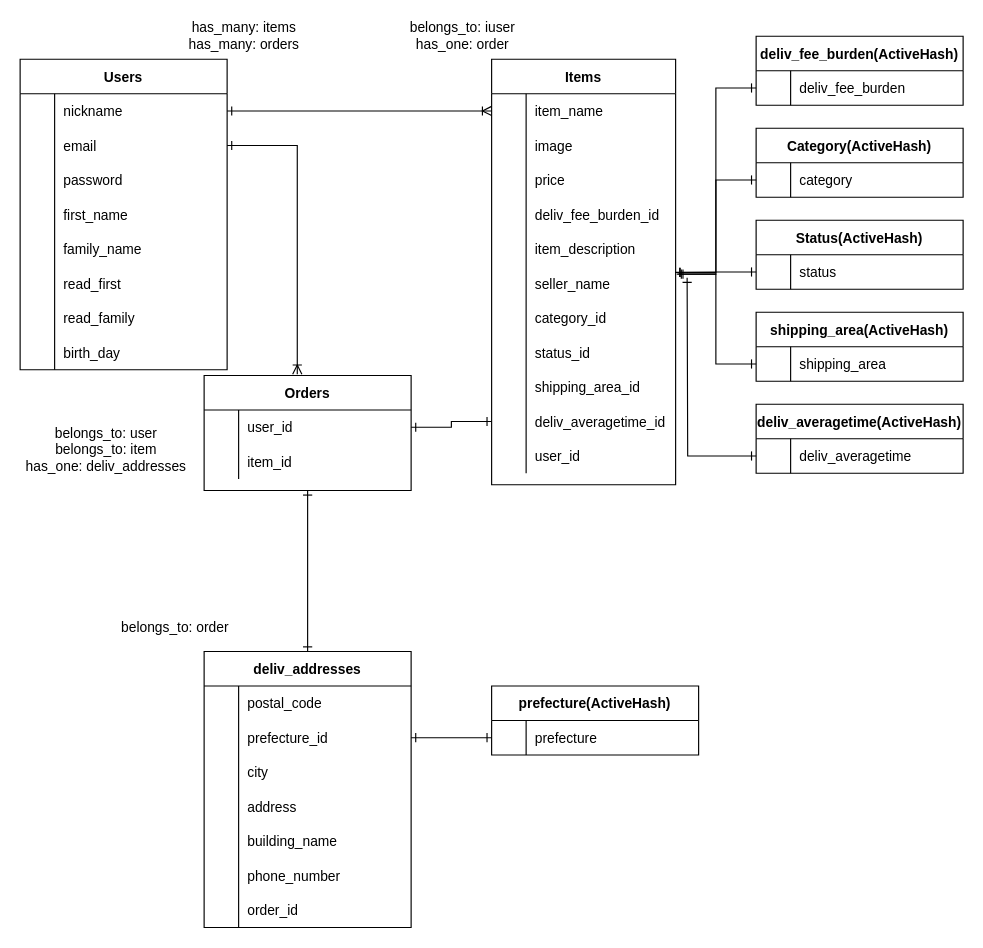
Earlier version of the draw.io diagram ER.dio (kajihirocpa/furima-34700). Source tidied: cells renumbered, new cells numbered last; positions are measured from the earlier drawing's top-left corner, leaving out a move shared by most shapes. Both pictures are drawn from the tidied source at 115%, with x=0, y=0 at pixel (20, 24).
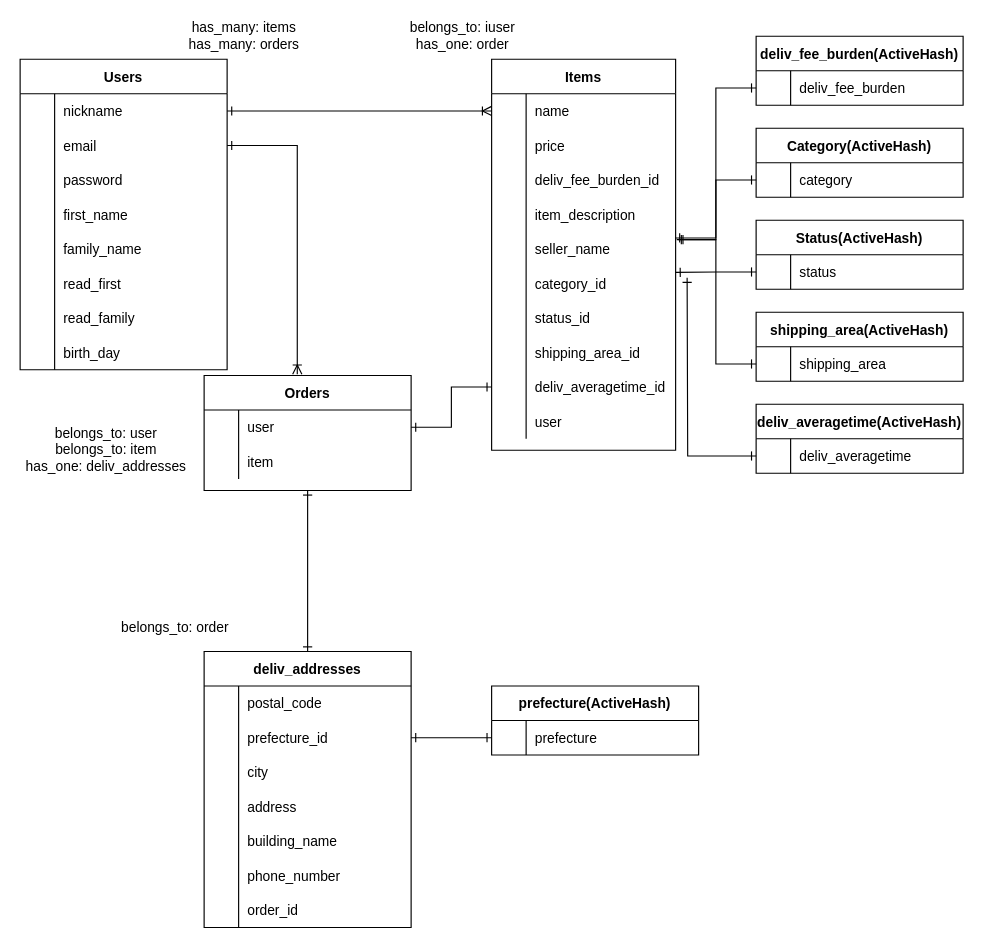
The same diagram, later.

Commit message (it also covers changes not shown here):
データベース設計の修正対応_#2

The change refers to these unchanged cells:
```xml
<mxCell id="28" style="shape=partialRectangle;fillColor=none;top=0;left=0;bottom=0;right=0;points=[[0,0.5],[1,0.5]];portConstraint=eastwest;" parent="27" vertex="1">
  <mxGeometry y="30" width="160" height="30" as="geometry" />
</mxCell>
<mxCell id="63" style="shape=partialRectangle;fillColor=none;top=0;left=0;bottom=0;right=0;points=[[0,0.5],[1,0.5]];portConstraint=eastwest;" parent="62" vertex="1">
  <mxGeometry y="30" width="180" height="30" as="geometry" />
</mxCell>
<mxCell id="66" style="shape=partialRectangle;fillColor=none;top=0;left=0;bottom=0;right=0;" parent="62" vertex="1">
  <mxGeometry y="60" width="180" height="30" as="geometry" />
</mxCell>
```

Diff of the diagram source:
```diff
@@
     <mxCell id="27" value="Items" style="shape=table;startSize=30;childLayout=tableLayout;rowLines=0;fontStyle=1;align=center;" parent="1" vertex="1">
-      <mxGeometry x="410" y="30" width="160" height="370" as="geometry" />
+      <mxGeometry x="410" y="30" width="160" height="340" as="geometry" />
     </mxCell>
@@
-    <mxCell id="30" value="item_name" style="shape=partialRectangle;fillColor=none;top=0;left=0;bottom=0;right=0;align=left;spacingLeft=6;overflow=hidden;" parent="28" vertex="1">
+    <mxCell id="30" value="name" style="shape=partialRectangle;fillColor=none;top=0;left=0;bottom=0;right=0;align=left;spacingLeft=6;overflow=hidden;" parent="28" vertex="1">
       <mxGeometry x="30" width="130" height="30" as="geometry" />
     </mxCell>
-    <mxCell id="31" style="shape=partialRectangle;fillColor=none;top=0;left=0;bottom=0;right=0;" parent="27" vertex="1">
-      <mxGeometry y="60" width="160" height="30" as="geometry" />
-    </mxCell>
-    <mxCell id="32" style="shape=partialRectangle;fillColor=none;top=0;left=0;bottom=0;right=0;overflow=hidden;" parent="31" vertex="1">
-      <mxGeometry width="30" height="30" as="geometry" />
-    </mxCell>
-    <mxCell id="33" value="image" style="shape=partialRectangle;fillColor=none;top=0;left=0;bottom=0;right=0;align=left;spacingLeft=6;overflow=hidden;" parent="31" vertex="1">
-      <mxGeometry x="30" width="130" height="30" as="geometry" />
-    </mxCell>
     <mxCell id="34" style="shape=partialRectangle;fillColor=none;top=0;left=0;bottom=0;right=0;" parent="27" vertex="1">
-      <mxGeometry y="90" width="160" height="30" as="geometry" />
+      <mxGeometry y="60" width="160" height="30" as="geometry" />
     </mxCell>
@@
     <mxCell id="37" style="shape=partialRectangle;fillColor=none;top=0;left=0;bottom=0;right=0;" parent="27" vertex="1">
-      <mxGeometry y="120" width="160" height="30" as="geometry" />
+      <mxGeometry y="90" width="160" height="30" as="geometry" />
     </mxCell>
@@
     <mxCell id="40" style="shape=partialRectangle;fillColor=none;top=0;left=0;bottom=0;right=0;" parent="27" vertex="1">
-      <mxGeometry y="150" width="160" height="30" as="geometry" />
+      <mxGeometry y="120" width="160" height="30" as="geometry" />
     </mxCell>
@@
     <mxCell id="43" style="shape=partialRectangle;fillColor=none;top=0;left=0;bottom=0;right=0;points=[[0,0.5],[1,0.5]];portConstraint=eastwest;" parent="27" vertex="1">
-      <mxGeometry y="180" width="160" height="30" as="geometry" />
+      <mxGeometry y="150" width="160" height="30" as="geometry" />
     </mxCell>
@@
     <mxCell id="46" style="shape=partialRectangle;fillColor=none;top=0;left=0;bottom=0;right=0;" parent="27" vertex="1">
-      <mxGeometry y="210" width="160" height="30" as="geometry" />
+      <mxGeometry y="180" width="160" height="30" as="geometry" />
     </mxCell>
@@
     <mxCell id="49" style="shape=partialRectangle;fillColor=none;top=0;left=0;bottom=0;right=0;" parent="27" vertex="1">
-      <mxGeometry y="240" width="160" height="30" as="geometry" />
+      <mxGeometry y="210" width="160" height="30" as="geometry" />
     </mxCell>
@@
     <mxCell id="52" style="shape=partialRectangle;fillColor=none;top=0;left=0;bottom=0;right=0;" parent="27" vertex="1">
-      <mxGeometry y="270" width="160" height="30" as="geometry" />
+      <mxGeometry y="240" width="160" height="30" as="geometry" />
     </mxCell>
@@
     <mxCell id="55" style="shape=partialRectangle;fillColor=none;top=0;left=0;bottom=0;right=0;points=[[0,0.5],[1,0.5]];portConstraint=eastwest;" parent="27" vertex="1">
-      <mxGeometry y="300" width="160" height="30" as="geometry" />
+      <mxGeometry y="270" width="160" height="30" as="geometry" />
     </mxCell>
@@
     <mxCell id="58" style="shape=partialRectangle;fillColor=none;top=0;left=0;bottom=0;right=0;" parent="27" vertex="1">
-      <mxGeometry y="330" width="160" height="30" as="geometry" />
+      <mxGeometry y="300" width="160" height="30" as="geometry" />
     </mxCell>
@@
-    <mxCell id="60" value="user_id" style="shape=partialRectangle;fillColor=none;top=0;left=0;bottom=0;right=0;align=left;spacingLeft=6;overflow=hidden;" parent="58" vertex="1">
+    <mxCell id="60" value="user" style="shape=partialRectangle;fillColor=none;top=0;left=0;bottom=0;right=0;align=left;spacingLeft=6;overflow=hidden;" parent="58" vertex="1">
       <mxGeometry x="30" width="130" height="30" as="geometry" />
     </mxCell>
@@
-    <mxCell id="65" value="user_id" style="shape=partialRectangle;fillColor=none;top=0;left=0;bottom=0;right=0;align=left;spacingLeft=6;overflow=hidden;" parent="63" vertex="1">
+    <mxCell id="65" value="user" style="shape=partialRectangle;fillColor=none;top=0;left=0;bottom=0;right=0;align=left;spacingLeft=6;overflow=hidden;" parent="63" vertex="1">
       <mxGeometry x="30" width="150" height="30" as="geometry" />
     </mxCell>
@@
-    <mxCell id="68" value="item_id" style="shape=partialRectangle;fillColor=none;top=0;left=0;bottom=0;right=0;align=left;spacingLeft=6;overflow=hidden;" parent="66" vertex="1">
+    <mxCell id="68" value="item" style="shape=partialRectangle;fillColor=none;top=0;left=0;bottom=0;right=0;align=left;spacingLeft=6;overflow=hidden;" parent="66" vertex="1">
       <mxGeometry x="30" width="150" height="30" as="geometry" />
     </mxCell>
```
